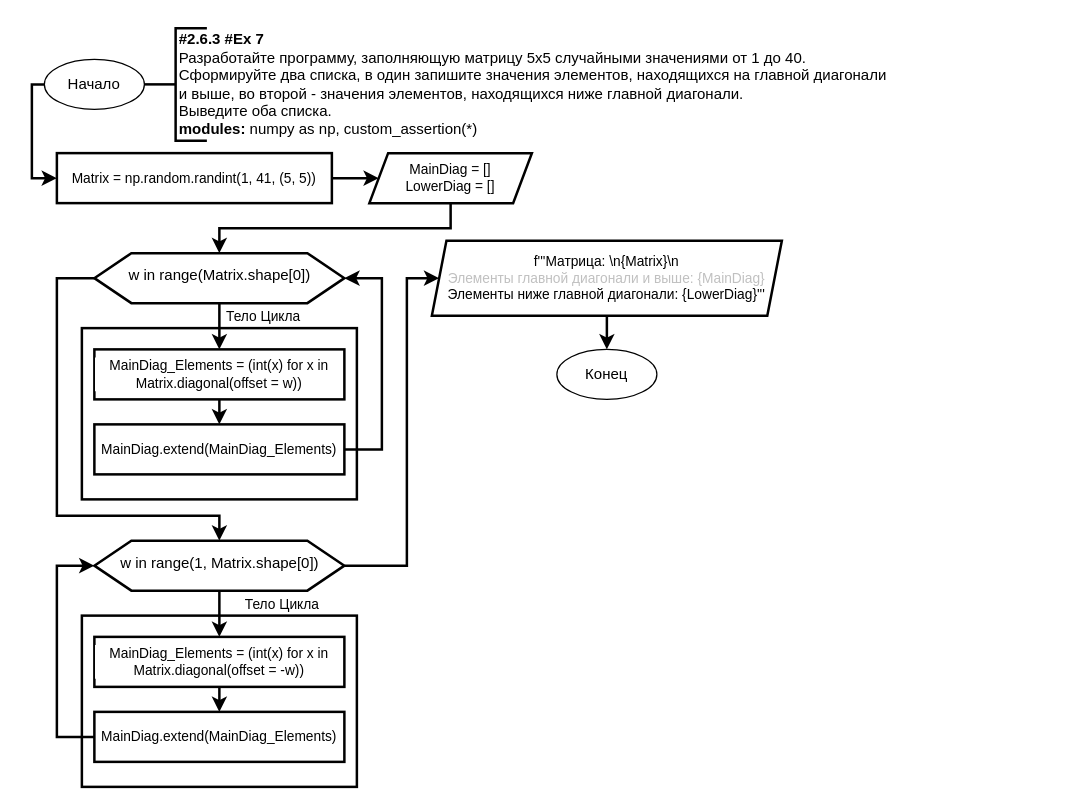
The draw.io diagram page "#2.6.3 #Ex7" (2 of 3) of Schematics/Архипов/2.6.3/2.6.3.drawio in JayStorm228/CollegeStudy, before the edit. Source tidied: cells renumbered, new cells numbered last; positions are measured from the earlier drawing's top-left corner, leaving out a move shared by most shapes. Both pictures are drawn from the tidied source at 125%, with x=0, y=0 at pixel (44, 21).
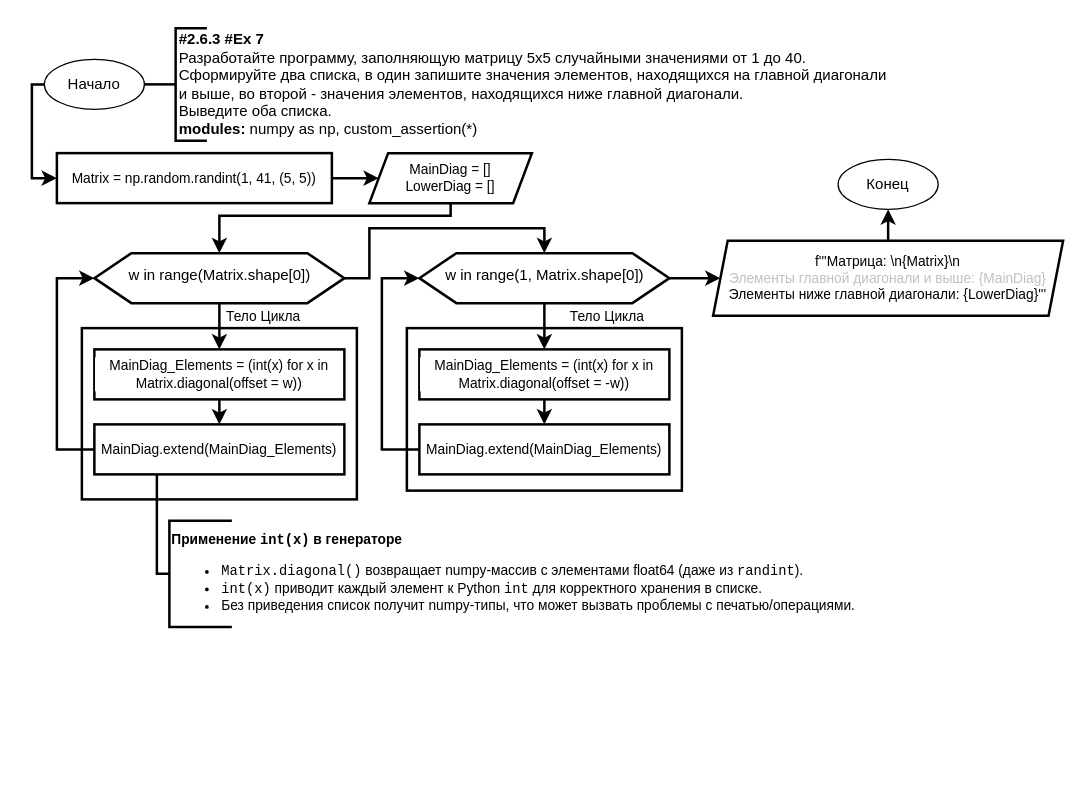
Above is the later version.

Unchanged cells that the change refers to:
```xml
<mxCell id="11" value="MainDiag = []&lt;div&gt;LowerDiag = []&lt;/div&gt;" style="shape=parallelogram;html=1;strokeWidth=2;perimeter=parallelogramPerimeter;whiteSpace=wrap;rounded=0;arcSize=12;size=0.11538461538461539;fontFamily=Helvetica;fontSize=11;fontColor=default;labelBackgroundColor=default;" parent="1" vertex="1">
  <mxGeometry x="260" y="105" width="130" height="40" as="geometry" />
</mxCell>
<mxCell id="14" value="w in range(Matrix.shape[0])" style="verticalLabelPosition=bottom;verticalAlign=top;html=1;shape=hexagon;perimeter=hexagonPerimeter2;arcSize=6;size=0.148014440433213;fontFamily=Helvetica;fontSize=12;fontColor=light-dark(#000000,#FFFFFF);labelBackgroundColor=none;spacingTop=-36;strokeWidth=2;" parent="1" vertex="1">
  <mxGeometry x="40" y="185" width="200" height="40" as="geometry" />
</mxCell>
<mxCell id="19" value="MainDiag.extend(MainDiag_Elements)" style="rounded=0;whiteSpace=wrap;html=1;absoluteArcSize=1;arcSize=14;strokeWidth=2;fontFamily=Helvetica;fontSize=11;fontColor=default;labelBackgroundColor=default;" parent="1" vertex="1">
  <mxGeometry x="40" y="322" width="200" height="40" as="geometry" />
</mxCell>
```

What changed in the source:
```diff
@@
     <mxCell id="2" style="whiteSpace=wrap;html=1;fontFamily=Helvetica;fontSize=11;fontColor=default;labelBackgroundColor=default;fillColor=none;strokeWidth=2;" parent="1" vertex="1">
-      <mxGeometry x="30" y="475" width="220" height="137" as="geometry" />
+      <mxGeometry x="290" y="245" width="220" height="130" as="geometry" />
     </mxCell>
@@
     <mxCell id="10" style="edgeStyle=orthogonalEdgeStyle;shape=connector;curved=0;rounded=0;html=1;exitX=0.5;exitY=1;exitDx=0;exitDy=0;entryX=0.5;entryY=0;entryDx=0;entryDy=0;strokeColor=default;strokeWidth=2;align=center;verticalAlign=middle;fontFamily=Helvetica;fontSize=11;fontColor=default;labelBackgroundColor=default;endArrow=classic;" parent="1" edge="1" source="11" target="14">
-      <mxGeometry relative="1" as="geometry" />
+      <mxGeometry relative="1" as="geometry">
+        <Array as="points">
+          <mxPoint x="325" y="155" />
+          <mxPoint x="140" y="155" />
+        </Array>
+      </mxGeometry>
     </mxCell>
@@
-    <mxCell id="13" style="edgeStyle=orthogonalEdgeStyle;shape=connector;curved=0;rounded=0;html=1;exitX=0;exitY=0.5;exitDx=0;exitDy=0;entryX=0.5;entryY=0;entryDx=0;entryDy=0;strokeColor=default;strokeWidth=2;align=center;verticalAlign=middle;fontFamily=Helvetica;fontSize=11;fontColor=default;labelBackgroundColor=default;endArrow=classic;" parent="1" edge="1" source="14" target="23">
+    <mxCell id="13" style="edgeStyle=orthogonalEdgeStyle;shape=connector;curved=0;rounded=0;html=1;exitX=1;exitY=0.5;exitDx=0;exitDy=0;entryX=0.5;entryY=0;entryDx=0;entryDy=0;strokeColor=default;strokeWidth=2;align=center;verticalAlign=middle;fontFamily=Helvetica;fontSize=11;fontColor=default;labelBackgroundColor=default;endArrow=classic;" parent="1" edge="1" source="14" target="23">
       <mxGeometry relative="1" as="geometry">
         <Array as="points">
-          <mxPoint x="10" y="205" />
-          <mxPoint x="10" y="395" />
-          <mxPoint x="140" y="395" />
+          <mxPoint x="260" y="205" />
+          <mxPoint x="260" y="165" />
+          <mxPoint x="400" y="165" />
         </Array>
       </mxGeometry>
     </mxCell>
@@
-    <mxCell id="18" style="edgeStyle=orthogonalEdgeStyle;shape=connector;curved=0;rounded=0;html=1;exitX=1;exitY=0.5;exitDx=0;exitDy=0;entryX=1;entryY=0.5;entryDx=0;entryDy=0;strokeColor=default;strokeWidth=2;align=center;verticalAlign=middle;fontFamily=Helvetica;fontSize=11;fontColor=default;labelBackgroundColor=default;endArrow=classic;" parent="1" edge="1" source="19" target="14">
+    <mxCell id="18" style="edgeStyle=orthogonalEdgeStyle;shape=connector;curved=0;rounded=0;html=1;exitX=0;exitY=0.5;exitDx=0;exitDy=0;entryX=0;entryY=0.5;entryDx=0;entryDy=0;strokeColor=default;strokeWidth=2;align=center;verticalAlign=middle;fontFamily=Helvetica;fontSize=11;fontColor=default;labelBackgroundColor=default;endArrow=classic;" parent="1" edge="1" source="19" target="14">
       <mxGeometry relative="1" as="geometry">
         <Array as="points">
-          <mxPoint x="270" y="342" />
-          <mxPoint x="270" y="205" />
+          <mxPoint x="10" y="342" />
+          <mxPoint x="10" y="205" />
         </Array>
       </mxGeometry>
     </mxCell>
@@
     <mxCell id="22" style="edgeStyle=orthogonalEdgeStyle;shape=connector;curved=0;rounded=0;html=1;exitX=1;exitY=0.5;exitDx=0;exitDy=0;entryX=0;entryY=0.5;entryDx=0;entryDy=0;strokeColor=default;strokeWidth=2;align=center;verticalAlign=middle;fontFamily=Helvetica;fontSize=11;fontColor=default;labelBackgroundColor=default;endArrow=classic;" parent="1" edge="1" source="23" target="30">
-      <mxGeometry relative="1" as="geometry">
-        <Array as="points">
-          <mxPoint x="290" y="435" />
-          <mxPoint x="290" y="205" />
-        </Array>
-      </mxGeometry>
+      <mxGeometry relative="1" as="geometry" />
     </mxCell>
     <mxCell id="23" value="w in range(1, Matrix.shape[0])" style="verticalLabelPosition=bottom;verticalAlign=top;html=1;shape=hexagon;perimeter=hexagonPerimeter2;arcSize=6;size=0.148014440433213;fontFamily=Helvetica;fontSize=12;fontColor=light-dark(#000000,#FFFFFF);labelBackgroundColor=none;spacingTop=-36;strokeWidth=2;" parent="1" vertex="1">
-      <mxGeometry x="40" y="415" width="200" height="40" as="geometry" />
+      <mxGeometry x="300" y="185" width="200" height="40" as="geometry" />
     </mxCell>
@@
     <mxCell id="25" value="MainDiag_Elements = (int(x) for x in Matrix.diagonal(offset = -w))" style="rounded=0;whiteSpace=wrap;html=1;absoluteArcSize=1;arcSize=14;strokeWidth=2;fontFamily=Helvetica;fontSize=11;fontColor=default;labelBackgroundColor=default;" parent="1" vertex="1">
-      <mxGeometry x="40" y="492" width="200" height="40" as="geometry" />
+      <mxGeometry x="300" y="262" width="200" height="40" as="geometry" />
     </mxCell>
     <mxCell id="26" style="edgeStyle=orthogonalEdgeStyle;shape=connector;curved=0;rounded=0;html=1;exitX=0;exitY=0.5;exitDx=0;exitDy=0;entryX=0;entryY=0.5;entryDx=0;entryDy=0;strokeColor=default;strokeWidth=2;align=center;verticalAlign=middle;fontFamily=Helvetica;fontSize=11;fontColor=default;labelBackgroundColor=default;endArrow=classic;" parent="1" edge="1" source="27" target="23">
       <mxGeometry relative="1" as="geometry">
         <Array as="points">
-          <mxPoint x="10" y="572" />
-          <mxPoint x="10" y="435" />
+          <mxPoint x="270" y="342" />
+          <mxPoint x="270" y="205" />
         </Array>
       </mxGeometry>
     </mxCell>
     <mxCell id="27" value="MainDiag.extend(MainDiag_Elements)" style="rounded=0;whiteSpace=wrap;html=1;absoluteArcSize=1;arcSize=14;strokeWidth=2;fontFamily=Helvetica;fontSize=11;fontColor=default;labelBackgroundColor=default;" parent="1" vertex="1">
-      <mxGeometry x="40" y="552" width="200" height="40" as="geometry" />
+      <mxGeometry x="300" y="322" width="200" height="40" as="geometry" />
     </mxCell>
     <mxCell id="28" value="Тело Цикла" style="text;html=1;align=center;verticalAlign=middle;strokeColor=none;fillColor=none;fontFamily=Helvetica;fontSize=11;fontColor=default;labelBackgroundColor=default;" parent="1" vertex="1">
-      <mxGeometry x="150" y="451" width="80" height="30" as="geometry" />
+      <mxGeometry x="410" y="221" width="80" height="30" as="geometry" />
     </mxCell>
-    <mxCell id="29" style="edgeStyle=orthogonalEdgeStyle;shape=connector;curved=0;rounded=0;html=1;exitX=0.5;exitY=1;exitDx=0;exitDy=0;entryX=0.5;entryY=0;entryDx=0;entryDy=0;strokeColor=default;strokeWidth=2;align=center;verticalAlign=middle;fontFamily=Helvetica;fontSize=11;fontColor=default;labelBackgroundColor=default;endArrow=classic;" parent="1" edge="1" source="30" target="31">
+    <mxCell id="29" style="edgeStyle=orthogonalEdgeStyle;shape=connector;curved=0;rounded=0;html=1;exitX=0.5;exitY=0;exitDx=0;exitDy=0;entryX=0.5;entryY=1;entryDx=0;entryDy=0;strokeColor=default;strokeWidth=2;align=center;verticalAlign=middle;fontFamily=Helvetica;fontSize=11;fontColor=default;labelBackgroundColor=default;endArrow=classic;" parent="1" edge="1" source="30" target="31">
       <mxGeometry relative="1" as="geometry" />
     </mxCell>
     <mxCell id="30" value="&lt;font style=&quot;color: light-dark(rgb(0, 0, 0), rgb(255, 255, 255));&quot;&gt;f'''Матрица: \n{Matrix}\n&lt;/font&gt;&lt;div&gt;&lt;font style=&quot;&quot;&gt;&lt;font style=&quot;color: light-dark(rgb(192, 192, 192), rgb(255, 255, 255));&quot;&gt;Элементы главной диагонали и выше:&amp;nbsp;&lt;/font&gt;&lt;span style=&quot;background-color: light-dark(#ffffff, var(--ge-dark-color, #121212)); color: rgb(192, 192, 192);&quot;&gt;&lt;font style=&quot;color: light-dark(rgb(192, 192, 192), rgb(255, 255, 255));&quot;&gt;{MainDiag}&lt;/font&gt;&lt;/span&gt;&lt;/font&gt;&lt;/div&gt;&lt;div&gt;&lt;font style=&quot;color: light-dark(rgb(0, 0, 0), rgb(255, 255, 255));&quot;&gt;Элементы ниже главной диагонали: {LowerDiag}'''&lt;/font&gt;&lt;/div&gt;" style="shape=parallelogram;html=1;strokeWidth=2;perimeter=parallelogramPerimeter;whiteSpace=wrap;rounded=0;arcSize=12;size=0.041666666666666664;fontFamily=Helvetica;fontSize=11;fontColor=default;labelBackgroundColor=default;" parent="1" vertex="1">
-      <mxGeometry x="310" y="175" width="280" height="60" as="geometry" />
+      <mxGeometry x="535" y="175" width="280" height="60" as="geometry" />
     </mxCell>
     <mxCell id="31" value="Конец" style="ellipse;whiteSpace=wrap;html=1;" parent="1" vertex="1">
-      <mxGeometry x="410" y="262" width="80" height="40" as="geometry" />
+      <mxGeometry x="635" y="110" width="80" height="40" as="geometry" />
     </mxCell>
+    <mxCell id="32" style="strokeWidth=2;html=1;shape=mxgraph.flowchart.annotation_1;align=left;fontFamily=Helvetica;fontSize=11;fontColor=default;labelBackgroundColor=default;" parent="1" vertex="1">
+      <mxGeometry x="100" y="399" width="50" height="85" as="geometry" />
+    </mxCell>
+    <mxCell id="33" value="&lt;div data-content=&quot;**Применение `int(x)` в генераторе**  &#10;- `Matrix.diagonal()` возвращает numpy-массив с элементами float64 (даже из `randint`).  &#10;- `int(x)` приводит каждый элемент к Python `int` для корректного хранения в списке.  &#10;- Без приведения список получит numpy-типы, что может вызвать проблемы с печатью/операциями.&quot;&gt;&lt;p&gt;&lt;strong&gt;Применение &lt;code&gt;int(x)&lt;/code&gt; в генераторе&lt;/strong&gt;  &lt;/p&gt;&lt;ul&gt;&lt;li&gt;&lt;code&gt;Matrix.diagonal()&lt;/code&gt; возвращает numpy-массив с элементами float64 (даже из &lt;code&gt;randint&lt;/code&gt;).  &lt;/li&gt;&lt;li&gt;&lt;code&gt;int(x)&lt;/code&gt; приводит каждый элемент к Python &lt;code&gt;int&lt;/code&gt; для корректного хранения в списке.  &lt;/li&gt;&lt;li&gt;Без приведения список получит numpy-типы, что может вызвать проблемы с печатью/операциями.&lt;/li&gt;&lt;/ul&gt;&#10;&lt;/div&gt;" style="pluginMarkdown=1;text;html=1;align=left;verticalAlign=middle;strokeColor=none;fillColor=none;fontFamily=Helvetica;fontSize=11;fontColor=default;labelBackgroundColor=none;" parent="1" vertex="1">
+      <mxGeometry x="100" y="382" width="570" height="130" as="geometry" />
+    </mxCell>
+    <mxCell id="34" style="edgeStyle=orthogonalEdgeStyle;shape=connector;curved=0;rounded=0;html=1;exitX=0.25;exitY=1;exitDx=0;exitDy=0;entryX=0;entryY=0.5;entryDx=0;entryDy=0;entryPerimeter=0;strokeColor=default;strokeWidth=2;align=center;verticalAlign=middle;fontFamily=Helvetica;fontSize=11;fontColor=default;labelBackgroundColor=default;endArrow=none;endFill=0;" parent="1" edge="1" source="19" target="32">
+      <mxGeometry relative="1" as="geometry">
+        <Array as="points">
+          <mxPoint x="90" y="442" />
+          <mxPoint x="100" y="442" />
+        </Array>
+      </mxGeometry>
+    </mxCell>
```
